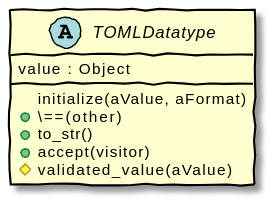
This is www/toml_datatype_class.svg from famished-tiger/Rley, a PlantUML export, as it was before one commit. The source it was exported from:
```plantuml
@startuml
skinparam handwritten true
  skinparam class {
    BorderColor Black
    ArrowColor Black
  }
abstract class TOMLDatatype {
  value : Object
  initialize(aValue, aFormat)
  +\==(other)
  +to_str()
  +accept(visitor)
  #validated_value(aValue)
}
@enduml
```
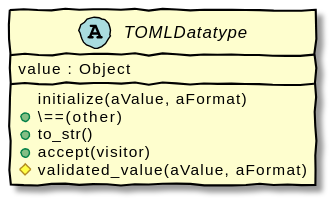
The same file after the commit.

Commit message:
TUTORIAL: updated `toml_datatype class.svg` file.

Diff of the diagram source:
```diff
@@ -10,6 +10,6 @@
   +\==(other)
   +to_str()
   +accept(visitor)
-  #validated_value(aValue)
+  #validated_value(aValue, aFormat)
 }
 @enduml
```
